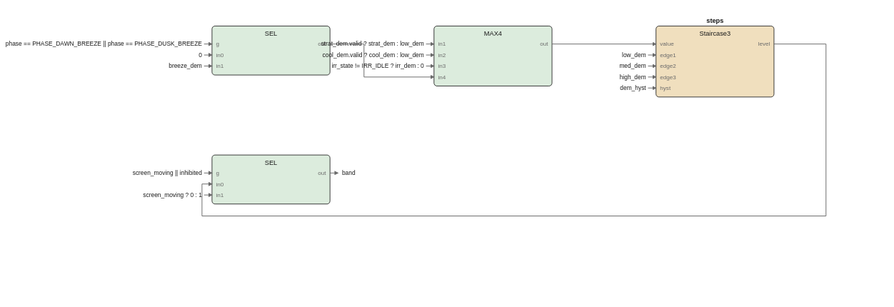
pstch/botanik2 keeps this draw.io diagram as images/logic/fans_fbd.drawio.svg. Above is the earlier version. Source tidied: cells renumbered, new cells last; positions are measured from the earlier drawing's top-left corner, leaving out a move shared by most shapes.
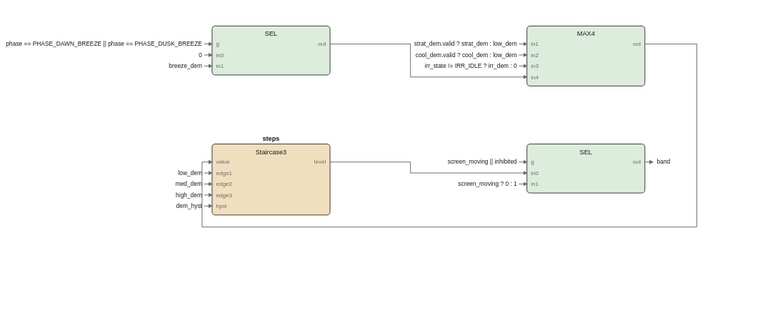
Above is the later version.

Change to the diagram source:
```diff
@@ -21,215 +21,219 @@
       <mxGeometry x="124" y="24.2" width="40" height="9.8" as="geometry" />
     </mxCell>
     <mxCell id="8" style="rounded=1;fillColor=#dcecdd;strokeColor=#1a1a1a;whiteSpace=wrap;html=1;fontSize=8;" parent="1" vertex="1">
-      <mxGeometry x="232" y="10" width="118" height="60" as="geometry" />
+      <mxGeometry x="325" y="10" width="118" height="60" as="geometry" />
     </mxCell>
     <mxCell id="9" value="MAX4" style="text;html=1;fontSize=6;fontColor=#1a1a1a;align=center;" parent="1" vertex="1">
-      <mxGeometry x="291" y="13.4" width="40" height="10.6" as="geometry" />
+      <mxGeometry x="384" y="13.4" width="40" height="10.6" as="geometry" />
     </mxCell>
     <mxCell id="10" value="in1" style="text;html=1;fontSize=5;fontColor=#6b6b6b;align=left;" parent="1" vertex="1">
-      <mxGeometry x="236" y="24.2" width="40" height="9.8" as="geometry" />
+      <mxGeometry x="329" y="24.2" width="40" height="9.8" as="geometry" />
     </mxCell>
     <mxCell id="11" value="in2" style="text;html=1;fontSize=5;fontColor=#6b6b6b;align=left;" parent="1" vertex="1">
-      <mxGeometry x="236" y="35.2" width="40" height="9.8" as="geometry" />
+      <mxGeometry x="329" y="35.2" width="40" height="9.8" as="geometry" />
     </mxCell>
     <mxCell id="12" value="in3" style="text;html=1;fontSize=5;fontColor=#6b6b6b;align=left;" parent="1" vertex="1">
-      <mxGeometry x="236" y="46.2" width="40" height="9.8" as="geometry" />
+      <mxGeometry x="329" y="46.2" width="40" height="9.8" as="geometry" />
     </mxCell>
     <mxCell id="13" value="in4" style="text;html=1;fontSize=5;fontColor=#6b6b6b;align=left;" parent="1" vertex="1">
-      <mxGeometry x="236" y="57.2" width="40" height="9.8" as="geometry" />
+      <mxGeometry x="329" y="57.2" width="40" height="9.8" as="geometry" />
     </mxCell>
     <mxCell id="14" value="out" style="text;html=1;fontSize=5;fontColor=#6b6b6b;align=left;" parent="1" vertex="1">
-      <mxGeometry x="346" y="24.2" width="40" height="9.8" as="geometry" />
+      <mxGeometry x="439" y="24.2" width="40" height="9.8" as="geometry" />
     </mxCell>
     <mxCell id="15" style="rounded=1;fillColor=#f0dfbe;strokeColor=#1a1a1a;whiteSpace=wrap;html=1;fontSize=8;" parent="1" vertex="1">
-      <mxGeometry x="454" y="10" width="118" height="71" as="geometry" />
+      <mxGeometry x="10" y="128" width="118" height="71" as="geometry" />
     </mxCell>
     <mxCell id="16" value="steps" style="text;html=1;fontSize=6;fontColor=#1a1a1a;align=center;fontStyle=1;" parent="1" vertex="1">
-      <mxGeometry x="513" y="0.4" width="40" height="10.6" as="geometry" />
+      <mxGeometry x="69" y="118.4" width="40" height="10.6" as="geometry" />
     </mxCell>
     <mxCell id="17" value="Staircase3" style="text;html=1;fontSize=6;fontColor=#1a1a1a;align=center;" parent="1" vertex="1">
-      <mxGeometry x="513" y="13.4" width="50" height="10.6" as="geometry" />
+      <mxGeometry x="69" y="131.4" width="50" height="10.6" as="geometry" />
     </mxCell>
     <mxCell id="18" value="value" style="text;html=1;fontSize=5;fontColor=#6b6b6b;align=left;" parent="1" vertex="1">
-      <mxGeometry x="458" y="24.2" width="40" height="9.8" as="geometry" />
+      <mxGeometry x="14" y="142.2" width="40" height="9.8" as="geometry" />
     </mxCell>
     <mxCell id="19" value="edge1" style="text;html=1;fontSize=5;fontColor=#6b6b6b;align=left;" parent="1" vertex="1">
-      <mxGeometry x="458" y="35.2" width="40" height="9.8" as="geometry" />
+      <mxGeometry x="14" y="153.2" width="40" height="9.8" as="geometry" />
     </mxCell>
     <mxCell id="20" value="edge2" style="text;html=1;fontSize=5;fontColor=#6b6b6b;align=left;" parent="1" vertex="1">
-      <mxGeometry x="458" y="46.2" width="40" height="9.8" as="geometry" />
+      <mxGeometry x="14" y="164.2" width="40" height="9.8" as="geometry" />
     </mxCell>
     <mxCell id="21" value="edge3" style="text;html=1;fontSize=5;fontColor=#6b6b6b;align=left;" parent="1" vertex="1">
-      <mxGeometry x="458" y="57.2" width="40" height="9.8" as="geometry" />
+      <mxGeometry x="14" y="175.2" width="40" height="9.8" as="geometry" />
     </mxCell>
     <mxCell id="22" value="hyst" style="text;html=1;fontSize=5;fontColor=#6b6b6b;align=left;" parent="1" vertex="1">
-      <mxGeometry x="458" y="68.2" width="40" height="9.8" as="geometry" />
+      <mxGeometry x="14" y="186.2" width="40" height="9.8" as="geometry" />
     </mxCell>
     <mxCell id="23" value="level" style="text;html=1;fontSize=5;fontColor=#6b6b6b;align=left;" parent="1" vertex="1">
-      <mxGeometry x="568" y="24.2" width="40" height="9.8" as="geometry" />
+      <mxGeometry x="124" y="142.2" width="40" height="9.8" as="geometry" />
     </mxCell>
     <mxCell id="24" style="rounded=1;fillColor=#dcecdd;strokeColor=#1a1a1a;whiteSpace=wrap;html=1;fontSize=8;" parent="1" vertex="1">
-      <mxGeometry x="10" y="139" width="118" height="49" as="geometry" />
+      <mxGeometry x="325" y="128" width="118" height="49" as="geometry" />
     </mxCell>
     <mxCell id="25" value="SEL" style="text;html=1;fontSize=6;fontColor=#1a1a1a;align=center;" parent="1" vertex="1">
-      <mxGeometry x="69" y="142.4" width="40" height="10.6" as="geometry" />
+      <mxGeometry x="384" y="131.4" width="40" height="10.6" as="geometry" />
     </mxCell>
     <mxCell id="26" value="g" style="text;html=1;fontSize=5;fontColor=#6b6b6b;align=left;" parent="1" vertex="1">
-      <mxGeometry x="14" y="153.2" width="40" height="9.8" as="geometry" />
+      <mxGeometry x="329" y="142.2" width="40" height="9.8" as="geometry" />
     </mxCell>
     <mxCell id="27" value="in0" style="text;html=1;fontSize=5;fontColor=#6b6b6b;align=left;" parent="1" vertex="1">
-      <mxGeometry x="14" y="164.2" width="40" height="9.8" as="geometry" />
+      <mxGeometry x="329" y="153.2" width="40" height="9.8" as="geometry" />
     </mxCell>
     <mxCell id="28" value="in1" style="text;html=1;fontSize=5;fontColor=#6b6b6b;align=left;" parent="1" vertex="1">
-      <mxGeometry x="14" y="175.2" width="40" height="9.8" as="geometry" />
+      <mxGeometry x="329" y="164.2" width="40" height="9.8" as="geometry" />
     </mxCell>
     <mxCell id="29" value="out" style="text;html=1;fontSize=5;fontColor=#6b6b6b;align=left;" parent="1" vertex="1">
-      <mxGeometry x="124" y="153.2" width="40" height="9.8" as="geometry" />
+      <mxGeometry x="439" y="142.2" width="40" height="9.8" as="geometry" />
     </mxCell>
     <mxCell id="30" style="edgeStyle=none;html=1;strokeColor=#6b6b6b;endArrow=block;" parent="1" edge="1">
       <mxGeometry relative="1" as="geometry">
-        <mxPoint x="128" y="28" as="sourcePoint" />
-        <mxPoint x="232" y="61" as="targetPoint" />
-        <Array as="points">
-          <mxPoint x="162" y="28" />
-          <mxPoint x="162" y="61" />
-        </Array>
+        <mxPoint x="443" y="146" as="sourcePoint" />
+        <mxPoint x="451" y="146" as="targetPoint" />
       </mxGeometry>
     </mxCell>
-    <mxCell id="31" style="edgeStyle=none;html=1;strokeColor=#6b6b6b;endArrow=block;" parent="1" edge="1">
-      <mxGeometry relative="1" as="geometry">
-        <mxPoint x="350" y="28" as="sourcePoint" />
-        <mxPoint x="454" y="28" as="targetPoint" />
-      </mxGeometry>
-    </mxCell>
+    <mxCell id="58" value="band" style="text;html=1;fontSize=6;fontColor=#1a1a1a;align=left;" parent="1" vertex="1">
+      <mxGeometry x="455" y="142" width="40" height="10" as="geometry" />
+    </mxCell>
     <mxCell id="32" style="edgeStyle=none;html=1;strokeColor=#6b6b6b;endArrow=block;" parent="1" edge="1">
       <mxGeometry relative="1" as="geometry">
-        <mxPoint x="572" y="28" as="sourcePoint" />
-        <mxPoint x="10" y="168" as="targetPoint" />
+        <mxPoint x="128" y="28" as="sourcePoint" />
+        <mxPoint x="325" y="61" as="targetPoint" />
         <Array as="points">
-          <mxPoint x="624" y="28" />
-          <mxPoint x="624" y="200" />
-          <mxPoint y="200" />
-          <mxPoint y="168" />
+          <mxPoint x="208.5" y="28" />
+          <mxPoint x="208.5" y="61" />
         </Array>
       </mxGeometry>
     </mxCell>
-    <mxCell id="33" value="phase == PHASE_DAWN_BREEZE || phase == PHASE_DUSK_BREEZE" style="text;html=1;fontSize=6;fontColor=#1a1a1a;align=left;" parent="1" vertex="1">
-      <mxGeometry y="24" width="280" height="10" as="geometry" />
-    </mxCell>
+    <mxCell id="59" style="edgeStyle=none;html=1;strokeColor=#6b6b6b;endArrow=block;" parent="1" edge="1">
+      <mxGeometry relative="1" as="geometry">
+        <mxPoint x="443" y="28" as="sourcePoint" />
+        <mxPoint x="10" y="146" as="targetPoint" />
+        <Array as="points">
+          <mxPoint x="495" y="28" />
+          <mxPoint x="495" y="211" />
+          <mxPoint y="211" />
+          <mxPoint y="146" />
+        </Array>
+      </mxGeometry>
+    </mxCell>
     <mxCell id="34" style="edgeStyle=none;html=1;strokeColor=#6b6b6b;endArrow=block;" parent="1" edge="1">
       <mxGeometry relative="1" as="geometry">
-        <mxPoint x="2" y="28" as="sourcePoint" />
-        <mxPoint x="10" y="28" as="targetPoint" />
+        <mxPoint x="128" y="146" as="sourcePoint" />
+        <mxPoint x="325" y="157" as="targetPoint" />
+        <Array as="points">
+          <mxPoint x="208.5" y="146" />
+          <mxPoint x="208.5" y="157" />
+        </Array>
       </mxGeometry>
     </mxCell>
-    <mxCell id="35" value="0" style="text;html=1;fontSize=6;fontColor=#1a1a1a;align=left;" parent="1" vertex="1">
-      <mxGeometry y="35" width="40" height="10" as="geometry" />
+    <mxCell id="35" value="phase == PHASE_DAWN_BREEZE || phase == PHASE_DUSK_BREEZE" style="text;html=1;fontSize=6;fontColor=#1a1a1a;align=left;" parent="1" vertex="1">
+      <mxGeometry y="24" width="280" height="10" as="geometry" />
     </mxCell>
     <mxCell id="36" style="edgeStyle=none;html=1;strokeColor=#6b6b6b;endArrow=block;" parent="1" edge="1">
       <mxGeometry relative="1" as="geometry">
-        <mxPoint x="2" y="39" as="sourcePoint" />
-        <mxPoint x="10" y="39" as="targetPoint" />
+        <mxPoint x="2" y="28" as="sourcePoint" />
+        <mxPoint x="10" y="28" as="targetPoint" />
       </mxGeometry>
     </mxCell>
-    <mxCell id="37" value="breeze_dem" style="text;html=1;fontSize=6;fontColor=#1a1a1a;align=left;" parent="1" vertex="1">
-      <mxGeometry y="46" width="50" height="10" as="geometry" />
+    <mxCell id="37" value="0" style="text;html=1;fontSize=6;fontColor=#1a1a1a;align=left;" parent="1" vertex="1">
+      <mxGeometry y="35" width="40" height="10" as="geometry" />
     </mxCell>
     <mxCell id="38" style="edgeStyle=none;html=1;strokeColor=#6b6b6b;endArrow=block;" parent="1" edge="1">
       <mxGeometry relative="1" as="geometry">
-        <mxPoint x="2" y="50" as="sourcePoint" />
-        <mxPoint x="10" y="50" as="targetPoint" />
+        <mxPoint x="2" y="39" as="sourcePoint" />
+        <mxPoint x="10" y="39" as="targetPoint" />
       </mxGeometry>
     </mxCell>
-    <mxCell id="39" value="strat_dem.valid ? strat_dem : low_dem" style="text;html=1;fontSize=6;fontColor=#1a1a1a;align=left;" parent="1" vertex="1">
-      <mxGeometry x="222" y="24" width="185" height="10" as="geometry" />
+    <mxCell id="39" value="breeze_dem" style="text;html=1;fontSize=6;fontColor=#1a1a1a;align=left;" parent="1" vertex="1">
+      <mxGeometry y="46" width="50" height="10" as="geometry" />
     </mxCell>
     <mxCell id="40" style="edgeStyle=none;html=1;strokeColor=#6b6b6b;endArrow=block;" parent="1" edge="1">
       <mxGeometry relative="1" as="geometry">
-        <mxPoint x="224" y="28" as="sourcePoint" />
-        <mxPoint x="232" y="28" as="targetPoint" />
+        <mxPoint x="2" y="50" as="sourcePoint" />
+        <mxPoint x="10" y="50" as="targetPoint" />
       </mxGeometry>
     </mxCell>
-    <mxCell id="41" value="cool_dem.valid ? cool_dem : low_dem" style="text;html=1;fontSize=6;fontColor=#1a1a1a;align=left;" parent="1" vertex="1">
-      <mxGeometry x="222" y="35" width="175" height="10" as="geometry" />
+    <mxCell id="41" value="strat_dem.valid ? strat_dem : low_dem" style="text;html=1;fontSize=6;fontColor=#1a1a1a;align=left;" parent="1" vertex="1">
+      <mxGeometry x="315" y="24" width="185" height="10" as="geometry" />
     </mxCell>
     <mxCell id="42" style="edgeStyle=none;html=1;strokeColor=#6b6b6b;endArrow=block;" parent="1" edge="1">
       <mxGeometry relative="1" as="geometry">
-        <mxPoint x="224" y="39" as="sourcePoint" />
-        <mxPoint x="232" y="39" as="targetPoint" />
+        <mxPoint x="317" y="28" as="sourcePoint" />
+        <mxPoint x="325" y="28" as="targetPoint" />
       </mxGeometry>
     </mxCell>
-    <mxCell id="43" value="irr_state != IRR_IDLE ? irr_dem : 0" style="text;html=1;fontSize=6;fontColor=#1a1a1a;align=left;" parent="1" vertex="1">
-      <mxGeometry x="222" y="46" width="175" height="10" as="geometry" />
+    <mxCell id="43" value="cool_dem.valid ? cool_dem : low_dem" style="text;html=1;fontSize=6;fontColor=#1a1a1a;align=left;" parent="1" vertex="1">
+      <mxGeometry x="315" y="35" width="175" height="10" as="geometry" />
     </mxCell>
     <mxCell id="44" style="edgeStyle=none;html=1;strokeColor=#6b6b6b;endArrow=block;" parent="1" edge="1">
       <mxGeometry relative="1" as="geometry">
-        <mxPoint x="224" y="50" as="sourcePoint" />
-        <mxPoint x="232" y="50" as="targetPoint" />
+        <mxPoint x="317" y="39" as="sourcePoint" />
+        <mxPoint x="325" y="39" as="targetPoint" />
       </mxGeometry>
     </mxCell>
-    <mxCell id="45" value="low_dem" style="text;html=1;fontSize=6;fontColor=#1a1a1a;align=left;" parent="1" vertex="1">
-      <mxGeometry x="444" y="35" width="40" height="10" as="geometry" />
+    <mxCell id="45" value="irr_state != IRR_IDLE ? irr_dem : 0" style="text;html=1;fontSize=6;fontColor=#1a1a1a;align=left;" parent="1" vertex="1">
+      <mxGeometry x="315" y="46" width="175" height="10" as="geometry" />
     </mxCell>
     <mxCell id="46" style="edgeStyle=none;html=1;strokeColor=#6b6b6b;endArrow=block;" parent="1" edge="1">
       <mxGeometry relative="1" as="geometry">
-        <mxPoint x="446" y="39" as="sourcePoint" />
-        <mxPoint x="454" y="39" as="targetPoint" />
+        <mxPoint x="317" y="50" as="sourcePoint" />
+        <mxPoint x="325" y="50" as="targetPoint" />
       </mxGeometry>
     </mxCell>
-    <mxCell id="47" value="med_dem" style="text;html=1;fontSize=6;fontColor=#1a1a1a;align=left;" parent="1" vertex="1">
-      <mxGeometry x="444" y="46" width="40" height="10" as="geometry" />
+    <mxCell id="47" value="low_dem" style="text;html=1;fontSize=6;fontColor=#1a1a1a;align=left;" parent="1" vertex="1">
+      <mxGeometry y="153" width="40" height="10" as="geometry" />
     </mxCell>
     <mxCell id="48" style="edgeStyle=none;html=1;strokeColor=#6b6b6b;endArrow=block;" parent="1" edge="1">
       <mxGeometry relative="1" as="geometry">
-        <mxPoint x="446" y="50" as="sourcePoint" />
-        <mxPoint x="454" y="50" as="targetPoint" />
+        <mxPoint x="2" y="157" as="sourcePoint" />
+        <mxPoint x="10" y="157" as="targetPoint" />
       </mxGeometry>
     </mxCell>
-    <mxCell id="49" value="high_dem" style="text;html=1;fontSize=6;fontColor=#1a1a1a;align=left;" parent="1" vertex="1">
-      <mxGeometry x="444" y="57" width="40" height="10" as="geometry" />
+    <mxCell id="49" value="med_dem" style="text;html=1;fontSize=6;fontColor=#1a1a1a;align=left;" parent="1" vertex="1">
+      <mxGeometry y="164" width="40" height="10" as="geometry" />
     </mxCell>
     <mxCell id="50" style="edgeStyle=none;html=1;strokeColor=#6b6b6b;endArrow=block;" parent="1" edge="1">
       <mxGeometry relative="1" as="geometry">
-        <mxPoint x="446" y="61" as="sourcePoint" />
-        <mxPoint x="454" y="61" as="targetPoint" />
+        <mxPoint x="2" y="168" as="sourcePoint" />
+        <mxPoint x="10" y="168" as="targetPoint" />
       </mxGeometry>
     </mxCell>
-    <mxCell id="51" value="dem_hyst" style="text;html=1;fontSize=6;fontColor=#1a1a1a;align=left;" parent="1" vertex="1">
-      <mxGeometry x="444" y="68" width="40" height="10" as="geometry" />
+    <mxCell id="51" value="high_dem" style="text;html=1;fontSize=6;fontColor=#1a1a1a;align=left;" parent="1" vertex="1">
+      <mxGeometry y="175" width="40" height="10" as="geometry" />
     </mxCell>
     <mxCell id="52" style="edgeStyle=none;html=1;strokeColor=#6b6b6b;endArrow=block;" parent="1" edge="1">
       <mxGeometry relative="1" as="geometry">
-        <mxPoint x="446" y="72" as="sourcePoint" />
-        <mxPoint x="454" y="72" as="targetPoint" />
+        <mxPoint x="2" y="179" as="sourcePoint" />
+        <mxPoint x="10" y="179" as="targetPoint" />
       </mxGeometry>
     </mxCell>
-    <mxCell id="53" value="screen_moving || inhibited" style="text;html=1;fontSize=6;fontColor=#1a1a1a;align=left;" parent="1" vertex="1">
-      <mxGeometry y="153" width="130" height="10" as="geometry" />
+    <mxCell id="53" value="dem_hyst" style="text;html=1;fontSize=6;fontColor=#1a1a1a;align=left;" parent="1" vertex="1">
+      <mxGeometry y="186" width="40" height="10" as="geometry" />
     </mxCell>
     <mxCell id="54" style="edgeStyle=none;html=1;strokeColor=#6b6b6b;endArrow=block;" parent="1" edge="1">
       <mxGeometry relative="1" as="geometry">
-        <mxPoint x="2" y="157" as="sourcePoint" />
-        <mxPoint x="10" y="157" as="targetPoint" />
+        <mxPoint x="2" y="190" as="sourcePoint" />
+        <mxPoint x="10" y="190" as="targetPoint" />
       </mxGeometry>
     </mxCell>
-    <mxCell id="55" value="screen_moving ? 0 : 1" style="text;html=1;fontSize=6;fontColor=#1a1a1a;align=left;" parent="1" vertex="1">
-      <mxGeometry y="175" width="105" height="10" as="geometry" />
+    <mxCell id="55" value="screen_moving || inhibited" style="text;html=1;fontSize=6;fontColor=#1a1a1a;align=left;" parent="1" vertex="1">
+      <mxGeometry x="315" y="142" width="130" height="10" as="geometry" />
     </mxCell>
     <mxCell id="56" style="edgeStyle=none;html=1;strokeColor=#6b6b6b;endArrow=block;" parent="1" edge="1">
       <mxGeometry relative="1" as="geometry">
-        <mxPoint x="2" y="179" as="sourcePoint" />
-        <mxPoint x="10" y="179" as="targetPoint" />
+        <mxPoint x="317" y="146" as="sourcePoint" />
+        <mxPoint x="325" y="146" as="targetPoint" />
       </mxGeometry>
     </mxCell>
-    <mxCell id="57" style="edgeStyle=none;html=1;strokeColor=#6b6b6b;endArrow=block;" parent="1" edge="1">
-      <mxGeometry relative="1" as="geometry">
-        <mxPoint x="128" y="157" as="sourcePoint" />
-        <mxPoint x="136" y="157" as="targetPoint" />
-      </mxGeometry>
-    </mxCell>
-    <mxCell id="58" value="band" style="text;html=1;fontSize=6;fontColor=#1a1a1a;align=left;" parent="1" vertex="1">
-      <mxGeometry x="140" y="153" width="40" height="10" as="geometry" />
-    </mxCell>
+    <mxCell id="60" value="screen_moving ? 0 : 1" style="text;html=1;fontSize=6;fontColor=#1a1a1a;align=left;" parent="1" vertex="1">
+      <mxGeometry x="315" y="164" width="105" height="10" as="geometry" />
+    </mxCell>
+    <mxCell id="61" style="edgeStyle=none;html=1;strokeColor=#6b6b6b;endArrow=block;" parent="1" edge="1">
+      <mxGeometry relative="1" as="geometry">
+        <mxPoint x="317" y="168" as="sourcePoint" />
+        <mxPoint x="325" y="168" as="targetPoint" />
+      </mxGeometry>
+    </mxCell>
   </root>
 </mxGraphModel>
```
